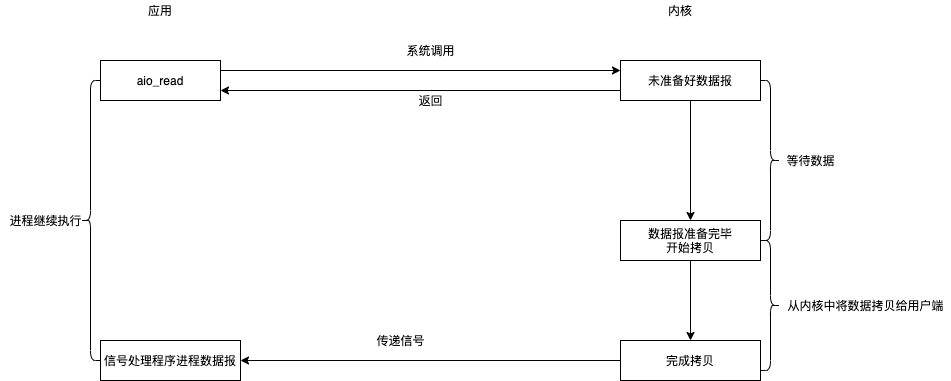
Before: aio_read iomodel.png, a diagram exported from draw.io (sivanbil/architecthure-diagram). Source tidied: cells renumbered, new cells last; positions are measured from the earlier drawing's top-left corner, leaving out a move shared by most shapes. The source it was exported from:
```xml
<mxGraphModel>
  <root>
    <mxCell id="0" />
    <mxCell id="1" parent="0" />
    <mxCell id="2" value="应用" style="text;html=1;strokeColor=none;fillColor=none;align=center;verticalAlign=middle;whiteSpace=wrap;rounded=0;" parent="1" vertex="1">
      <mxGeometry x="100" width="120" height="20" as="geometry" />
    </mxCell>
    <mxCell id="3" value="内核" style="text;html=1;strokeColor=none;fillColor=none;align=center;verticalAlign=middle;whiteSpace=wrap;rounded=0;" parent="1" vertex="1">
      <mxGeometry x="620" width="120" height="20" as="geometry" />
    </mxCell>
    <mxCell id="4" style="edgeStyle=orthogonalEdgeStyle;rounded=0;jettySize=auto;html=1;exitX=1;exitY=0.25;exitDx=0;exitDy=0;entryX=0;entryY=0.25;entryDx=0;entryDy=0;" parent="1" edge="1" source="5" target="8">
      <mxGeometry relative="1" as="geometry" />
    </mxCell>
    <mxCell id="5" value="aio_read" style="text;html=1;fillColor=none;align=center;verticalAlign=middle;whiteSpace=wrap;rounded=0;strokeColor=#000000;" parent="1" vertex="1">
      <mxGeometry x="100" y="60" width="120" height="40" as="geometry" />
    </mxCell>
    <mxCell id="6" style="edgeStyle=orthogonalEdgeStyle;rounded=0;jettySize=auto;html=1;exitX=0;exitY=0.75;exitDx=0;exitDy=0;entryX=1;entryY=0.75;entryDx=0;entryDy=0;" parent="1" edge="1" source="8" target="5">
      <mxGeometry relative="1" as="geometry" />
    </mxCell>
    <mxCell id="7" style="edgeStyle=orthogonalEdgeStyle;rounded=0;jettySize=auto;html=1;exitX=0.5;exitY=1;exitDx=0;exitDy=0;" parent="1" edge="1" source="8" target="15">
      <mxGeometry relative="1" as="geometry" />
    </mxCell>
    <mxCell id="8" value="未准备好数据报" style="text;html=1;fillColor=none;align=center;verticalAlign=middle;whiteSpace=wrap;rounded=0;strokeColor=#000000;" parent="1" vertex="1">
      <mxGeometry x="620" y="60" width="140" height="40" as="geometry" />
    </mxCell>
    <mxCell id="9" value="系统调用" style="text;html=1;align=center;verticalAlign=middle;strokeColor=none;" parent="1" vertex="1">
      <mxGeometry x="400" y="40" width="60" height="20" as="geometry" />
    </mxCell>
    <mxCell id="10" value="返回" style="text;html=1;align=center;verticalAlign=middle;strokeColor=none;" parent="1" vertex="1">
      <mxGeometry x="410" y="90" width="40" height="20" as="geometry" />
    </mxCell>
    <mxCell id="11" style="edgeStyle=orthogonalEdgeStyle;rounded=0;jettySize=auto;html=1;exitX=0;exitY=0.5;exitDx=0;exitDy=0;entryX=1;entryY=0.5;entryDx=0;entryDy=0;" parent="1" edge="1" source="12" target="13">
      <mxGeometry relative="1" as="geometry" />
    </mxCell>
    <mxCell id="12" value="完成拷贝" style="text;html=1;fillColor=none;align=center;verticalAlign=middle;whiteSpace=wrap;rounded=0;strokeColor=#000000;" parent="1" vertex="1">
      <mxGeometry x="620" y="340" width="140" height="40" as="geometry" />
    </mxCell>
    <mxCell id="13" value="信号处理程序进程数据报" style="text;html=1;fillColor=none;align=center;verticalAlign=middle;whiteSpace=wrap;rounded=0;strokeColor=#000000;" parent="1" vertex="1">
      <mxGeometry x="100" y="340" width="140" height="40" as="geometry" />
    </mxCell>
    <mxCell id="14" style="edgeStyle=orthogonalEdgeStyle;rounded=0;jettySize=auto;html=1;exitX=0.5;exitY=1;exitDx=0;exitDy=0;entryX=0.5;entryY=0;entryDx=0;entryDy=0;" parent="1" edge="1" source="15" target="12">
      <mxGeometry relative="1" as="geometry" />
    </mxCell>
    <mxCell id="15" value="数据报准备完毕&lt;br&gt;开始拷贝" style="text;html=1;fillColor=none;align=center;verticalAlign=middle;whiteSpace=wrap;rounded=0;strokeColor=#000000;" parent="1" vertex="1">
      <mxGeometry x="620" y="220" width="140" height="40" as="geometry" />
    </mxCell>
    <mxCell id="16" value="传递信号" style="text;html=1;align=center;verticalAlign=middle;strokeColor=none;" parent="1" vertex="1">
      <mxGeometry x="370" y="330" width="60" height="20" as="geometry" />
    </mxCell>
    <mxCell id="17" style="shape=curlyBracket;whiteSpace=wrap;html=1;rounded=1;flipH=1;strokeColor=#000000;" parent="1" vertex="1">
      <mxGeometry x="760" y="80" width="20" height="160" as="geometry" />
    </mxCell>
    <mxCell id="18" value="等待数据" style="text;html=1;align=center;verticalAlign=middle;strokeColor=none;" parent="1" vertex="1">
      <mxGeometry x="780" y="150" width="60" height="20" as="geometry" />
    </mxCell>
    <mxCell id="19" style="shape=curlyBracket;whiteSpace=wrap;html=1;rounded=1;flipH=1;strokeColor=#000000;" parent="1" vertex="1">
      <mxGeometry x="760" y="240" width="20" height="130" as="geometry" />
    </mxCell>
    <mxCell id="20" value="从内核中将数据拷贝给用户端" style="text;html=1;align=center;verticalAlign=middle;strokeColor=none;" parent="1" vertex="1">
      <mxGeometry x="780" y="295" width="170" height="20" as="geometry" />
    </mxCell>
    <mxCell id="21" style="shape=curlyBracket;whiteSpace=wrap;html=1;rounded=1;strokeColor=#000000;" parent="1" vertex="1">
      <mxGeometry x="80" y="80" width="20" height="280" as="geometry" />
    </mxCell>
    <mxCell id="22" value="进程继续执行" style="text;html=1;align=center;verticalAlign=middle;strokeColor=none;" parent="1" vertex="1">
      <mxGeometry y="210" width="90" height="20" as="geometry" />
    </mxCell>
  </root>
</mxGraphModel>
```
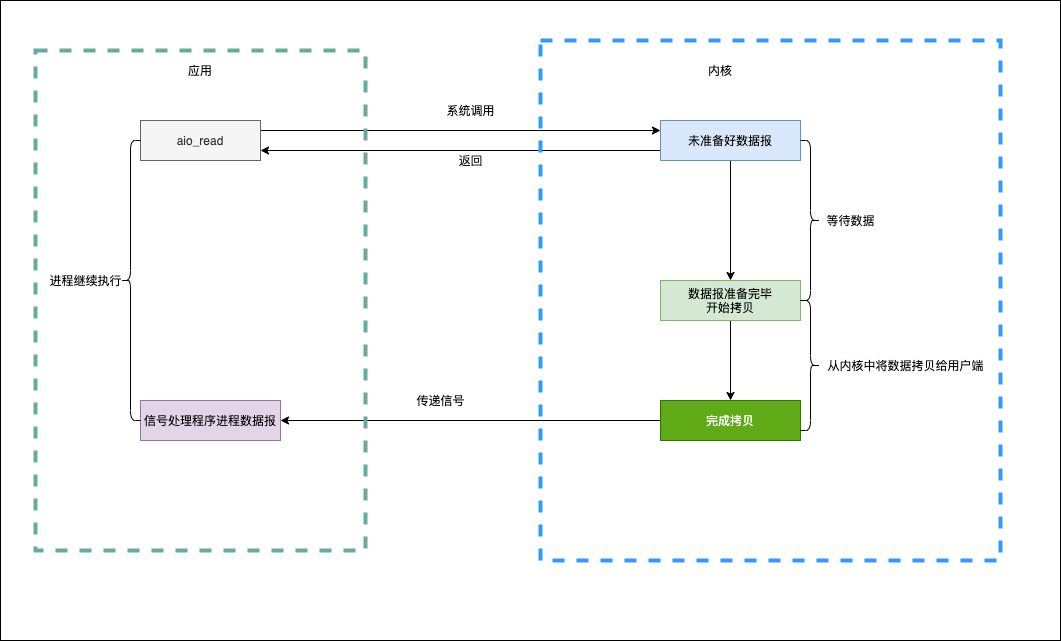
After the commit.

Change to the diagram source:
```diff
@@ -11,7 +11,7 @@
     <mxCell id="4" style="edgeStyle=orthogonalEdgeStyle;rounded=0;jettySize=auto;html=1;exitX=1;exitY=0.25;exitDx=0;exitDy=0;entryX=0;entryY=0.25;entryDx=0;entryDy=0;" parent="1" edge="1" source="5" target="8">
       <mxGeometry relative="1" as="geometry" />
     </mxCell>
-    <mxCell id="5" value="aio_read" style="text;html=1;fillColor=none;align=center;verticalAlign=middle;whiteSpace=wrap;rounded=0;strokeColor=#000000;" parent="1" vertex="1">
+    <mxCell id="5" value="aio_read" style="text;html=1;fillColor=#f5f5f5;align=center;verticalAlign=middle;whiteSpace=wrap;rounded=0;strokeColor=#666666;fontColor=#333333;" parent="1" vertex="1">
       <mxGeometry x="100" y="60" width="120" height="40" as="geometry" />
     </mxCell>
     <mxCell id="6" style="edgeStyle=orthogonalEdgeStyle;rounded=0;jettySize=auto;html=1;exitX=0;exitY=0.75;exitDx=0;exitDy=0;entryX=1;entryY=0.75;entryDx=0;entryDy=0;" parent="1" edge="1" source="8" target="5">
@@ -20,7 +20,7 @@
     <mxCell id="7" style="edgeStyle=orthogonalEdgeStyle;rounded=0;jettySize=auto;html=1;exitX=0.5;exitY=1;exitDx=0;exitDy=0;" parent="1" edge="1" source="8" target="15">
       <mxGeometry relative="1" as="geometry" />
     </mxCell>
-    <mxCell id="8" value="未准备好数据报" style="text;html=1;fillColor=none;align=center;verticalAlign=middle;whiteSpace=wrap;rounded=0;strokeColor=#000000;" parent="1" vertex="1">
+    <mxCell id="8" value="未准备好数据报" style="text;html=1;fillColor=#dae8fc;align=center;verticalAlign=middle;whiteSpace=wrap;rounded=0;strokeColor=#6c8ebf;" parent="1" vertex="1">
       <mxGeometry x="620" y="60" width="140" height="40" as="geometry" />
     </mxCell>
     <mxCell id="9" value="系统调用" style="text;html=1;align=center;verticalAlign=middle;strokeColor=none;" parent="1" vertex="1">
@@ -32,16 +32,16 @@
     <mxCell id="11" style="edgeStyle=orthogonalEdgeStyle;rounded=0;jettySize=auto;html=1;exitX=0;exitY=0.5;exitDx=0;exitDy=0;entryX=1;entryY=0.5;entryDx=0;entryDy=0;" parent="1" edge="1" source="12" target="13">
       <mxGeometry relative="1" as="geometry" />
     </mxCell>
-    <mxCell id="12" value="完成拷贝" style="text;html=1;fillColor=none;align=center;verticalAlign=middle;whiteSpace=wrap;rounded=0;strokeColor=#000000;" parent="1" vertex="1">
+    <mxCell id="12" value="完成拷贝" style="text;html=1;fillColor=#60a917;align=center;verticalAlign=middle;whiteSpace=wrap;rounded=0;strokeColor=#2D7600;fontColor=#ffffff;" parent="1" vertex="1">
       <mxGeometry x="620" y="340" width="140" height="40" as="geometry" />
     </mxCell>
-    <mxCell id="13" value="信号处理程序进程数据报" style="text;html=1;fillColor=none;align=center;verticalAlign=middle;whiteSpace=wrap;rounded=0;strokeColor=#000000;" parent="1" vertex="1">
+    <mxCell id="13" value="信号处理程序进程数据报" style="text;html=1;fillColor=#e1d5e7;align=center;verticalAlign=middle;whiteSpace=wrap;rounded=0;strokeColor=#9673a6;" parent="1" vertex="1">
       <mxGeometry x="100" y="340" width="140" height="40" as="geometry" />
     </mxCell>
     <mxCell id="14" style="edgeStyle=orthogonalEdgeStyle;rounded=0;jettySize=auto;html=1;exitX=0.5;exitY=1;exitDx=0;exitDy=0;entryX=0.5;entryY=0;entryDx=0;entryDy=0;" parent="1" edge="1" source="15" target="12">
       <mxGeometry relative="1" as="geometry" />
     </mxCell>
-    <mxCell id="15" value="数据报准备完毕&lt;br&gt;开始拷贝" style="text;html=1;fillColor=none;align=center;verticalAlign=middle;whiteSpace=wrap;rounded=0;strokeColor=#000000;" parent="1" vertex="1">
+    <mxCell id="15" value="数据报准备完毕&lt;br&gt;开始拷贝" style="text;html=1;fillColor=#d5e8d4;align=center;verticalAlign=middle;whiteSpace=wrap;rounded=0;strokeColor=#82b366;" parent="1" vertex="1">
       <mxGeometry x="620" y="220" width="140" height="40" as="geometry" />
     </mxCell>
     <mxCell id="16" value="传递信号" style="text;html=1;align=center;verticalAlign=middle;strokeColor=none;" parent="1" vertex="1">
@@ -65,5 +65,14 @@
     <mxCell id="22" value="进程继续执行" style="text;html=1;align=center;verticalAlign=middle;strokeColor=none;" parent="1" vertex="1">
       <mxGeometry y="210" width="90" height="20" as="geometry" />
     </mxCell>
+    <mxCell id="23" style="rounded=0;whiteSpace=wrap;html=1;strokeColor=#000000;fillColor=none;" parent="1" vertex="1">
+      <mxGeometry x="-40" y="-60" width="1060" height="640" as="geometry" />
+    </mxCell>
+    <mxCell id="24" style="rounded=0;whiteSpace=wrap;html=1;fillColor=none;strokeColor=#67AB9F;dashed=1;strokeWidth=4;" parent="1" vertex="1">
+      <mxGeometry x="-5" y="-10" width="330" height="500" as="geometry" />
+    </mxCell>
+    <mxCell id="25" style="rounded=0;whiteSpace=wrap;html=1;fillColor=none;dashed=1;strokeWidth=4;strokeColor=#3399FF;" parent="1" vertex="1">
+      <mxGeometry x="500" y="-20" width="460" height="520" as="geometry" />
+    </mxCell>
   </root>
 </mxGraphModel>
```
